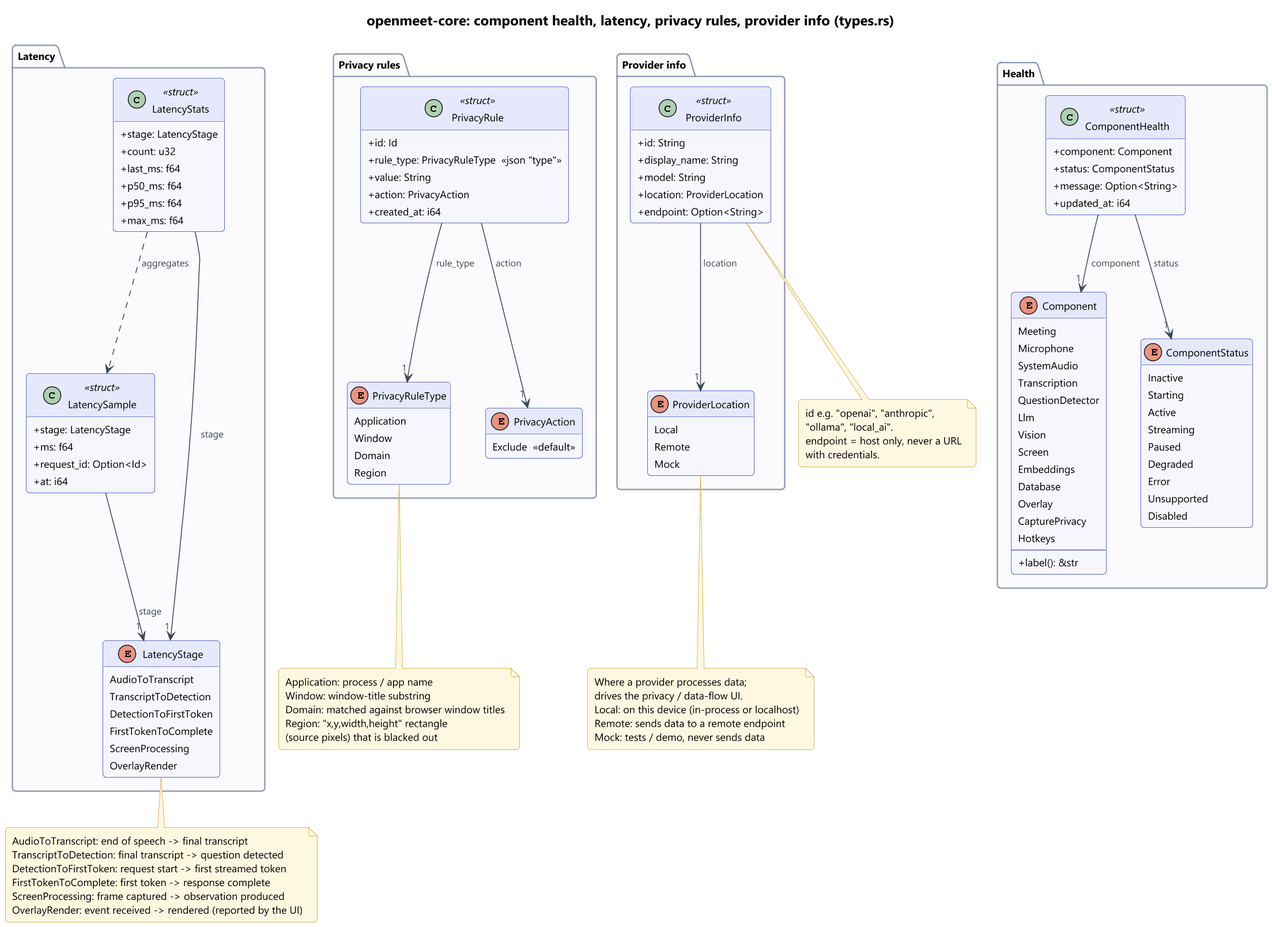
AekamSidhu/Major-Project keeps this PlantUML diagram as diagrams/uml/class/core/class-05-health-latency-privacy-rules.png. Above is the earlier version.
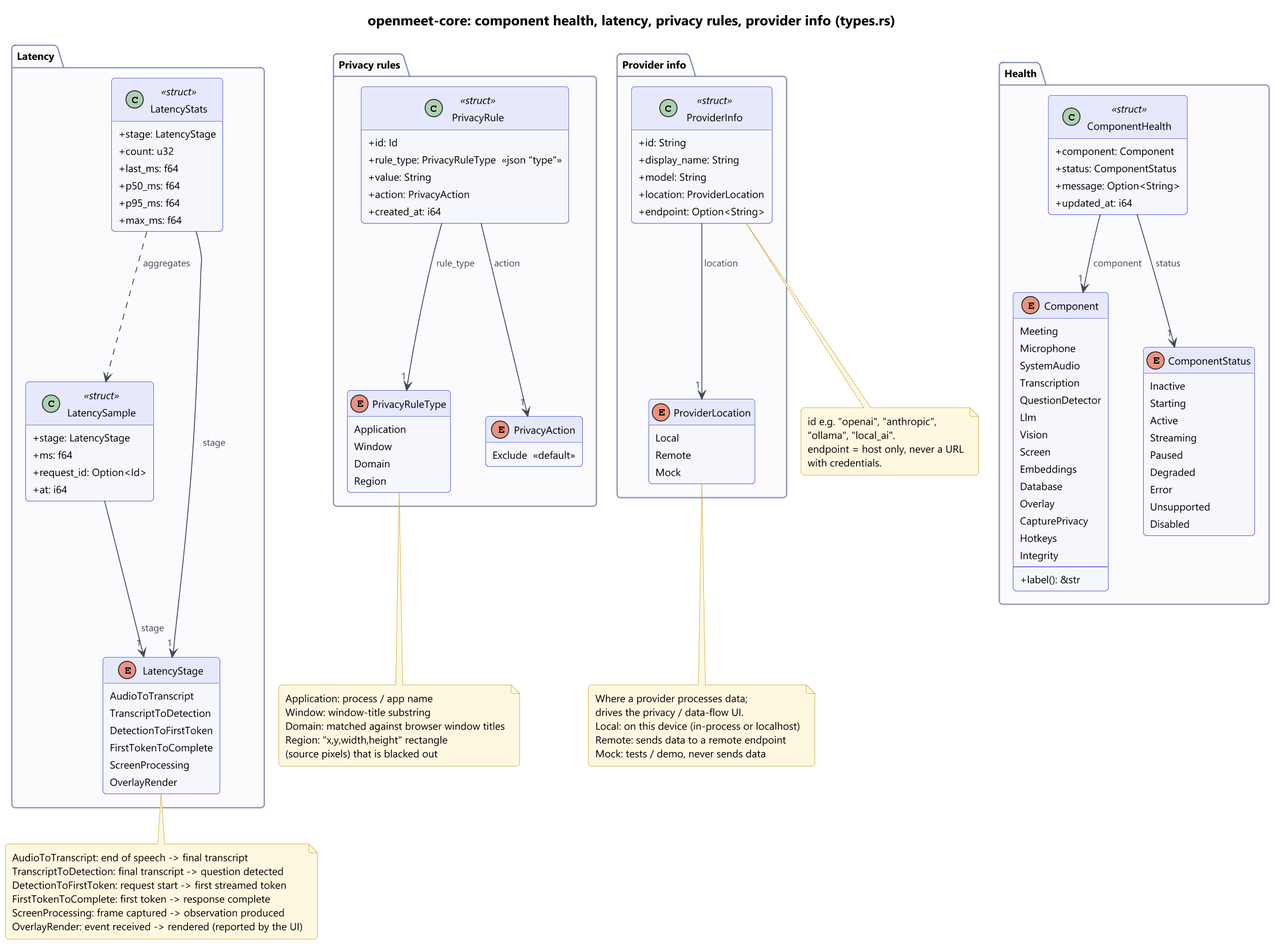
Later version of the same file.

The edit, as a diff of the source:
```diff
@@ -27,6 +27,7 @@
     Overlay
     CapturePrivacy
     Hotkeys
+    Integrity
     --
     +label(): &str
   }
```
